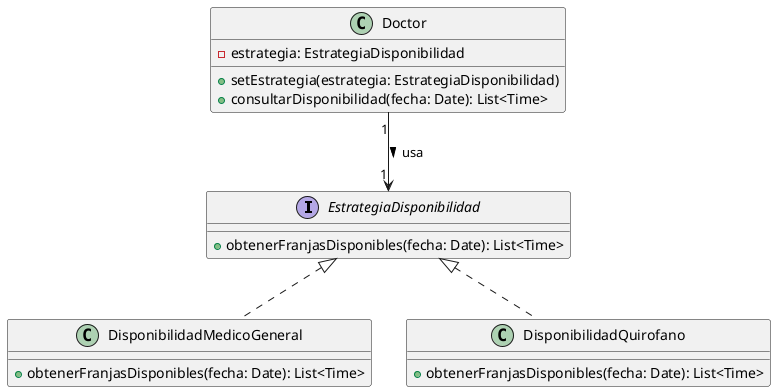
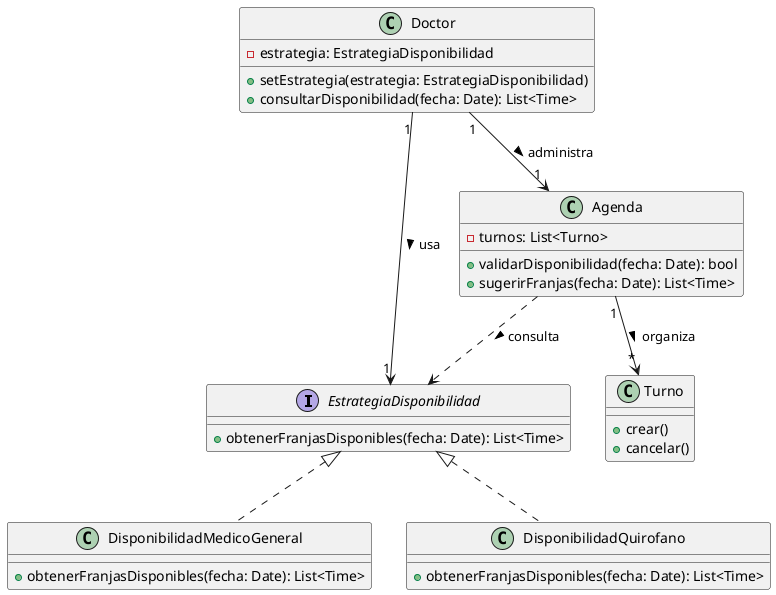
@startuml

interface EstrategiaDisponibilidad {
  + obtenerFranjasDisponibles(fecha: Date): List<Time>
}

class DisponibilidadMedicoGeneral implements EstrategiaDisponibilidad {
  + obtenerFranjasDisponibles(fecha: Date): List<Time>
}

class DisponibilidadQuirofano implements EstrategiaDisponibilidad {
  + obtenerFranjasDisponibles(fecha: Date): List<Time>
}

class Doctor {
  - estrategia: EstrategiaDisponibilidad
  + setEstrategia(estrategia: EstrategiaDisponibilidad)
  + consultarDisponibilidad(fecha: Date): List<Time>
}

+ class Agenda {
+   - turnos: List<Turno>
+   + validarDisponibilidad(fecha: Date): bool
+   + sugerirFranjas(fecha: Date): List<Time>
+ }
+ 
+ class Turno {
+   + crear()
+   + cancelar()
+ }
+ 
Doctor "1" --> "1" EstrategiaDisponibilidad : usa >
+ Doctor "1" --> "1" Agenda : administra >
+ Agenda "1" --> "*" Turno : organiza >
+ Agenda ..> EstrategiaDisponibilidad : consulta >

@enduml